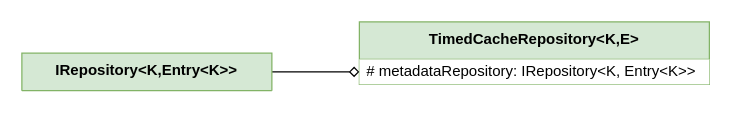
Above: docs/TimedCacheRepository.drawio in BrunoMNDantas/Repository4J (draw.io), before the change. Source tidied: cells renumbered, new cells numbered last; positions are measured from the earlier drawing's top-left corner, leaving out a move shared by most shapes. Both pictures are drawn from the tidied source at 125%, with x=0, y=0 at pixel (21, 21).
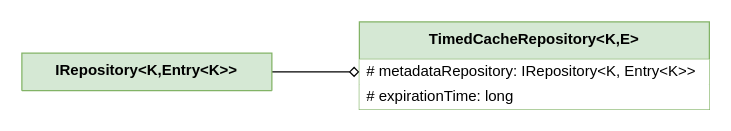
Above is the later version.

Commit message (it also covers changes not shown here):
TimedCacheRepository UML diagram updated

The edit, as a diff of the source:
```diff
@@
 <mxGraphModel>
   <root>
     <mxCell id="0" />
     <mxCell id="1" parent="0" />
     <mxCell id="2" value="&lt;div&gt;&lt;b style=&quot;background-color: transparent; color: light-dark(rgb(0, 0, 0), rgb(255, 255, 255));&quot;&gt;TimedCacheRepository&amp;lt;K,E&amp;gt;&lt;/b&gt;&lt;/div&gt;" style="swimlane;fontStyle=0;align=center;verticalAlign=top;horizontal=1;startSize=30;html=1;whiteSpace=wrap;fillColor=#d5e8d4;strokeColor=#82b366;" parent="1" vertex="1">
-      <mxGeometry x="270" width="280" height="50" as="geometry" />
+      <mxGeometry x="270" width="280" height="70" as="geometry" />
     </mxCell>
     <mxCell id="3" value="# metadataRepository: IRepository&amp;lt;K, Entry&amp;lt;K&amp;gt;&amp;gt;" style="text;html=1;align=left;verticalAlign=middle;spacingLeft=4;spacingRight=4;overflow=hidden;points=[[0,0.5],[1,0.5]];portConstraint=eastwest;whiteSpace=wrap;fillColor=default;" parent="2" vertex="1">
       <mxGeometry y="30" width="280" height="20" as="geometry" />
     </mxCell>
+    <mxCell id="6" value="# expirationTime: long" style="text;html=1;align=left;verticalAlign=middle;spacingLeft=4;spacingRight=4;overflow=hidden;whiteSpace=wrap;fillColor=default;" parent="2" vertex="1">
+      <mxGeometry y="50" width="280" height="20" as="geometry" />
+    </mxCell>
     <mxCell id="4" style="edgeStyle=orthogonalEdgeStyle;rounded=0;jettySize=auto;html=1;exitX=1;exitY=0.5;exitDx=0;exitDy=0;entryX=0;entryY=0.5;entryDx=0;entryDy=0;endArrow=diamond;endFill=0;" parent="1" edge="1" source="5" target="3">
       <mxGeometry relative="1" as="geometry" />
     </mxCell>
     <mxCell id="5" value="&lt;div&gt;&lt;b style=&quot;background-color: transparent; color: light-dark(rgb(0, 0, 0), rgb(255, 255, 255));&quot;&gt;IRepository&amp;lt;K,Entry&amp;lt;K&amp;gt;&amp;gt;&lt;/b&gt;&lt;/div&gt;" style="swimlane;fontStyle=0;align=center;verticalAlign=top;horizontal=1;startSize=30;html=1;whiteSpace=wrap;fillColor=#d5e8d4;strokeColor=#82b366;" parent="1" vertex="1">
       <mxGeometry y="25" width="200" height="30" as="geometry" />
     </mxCell>
   </root>
 </mxGraphModel>
```
